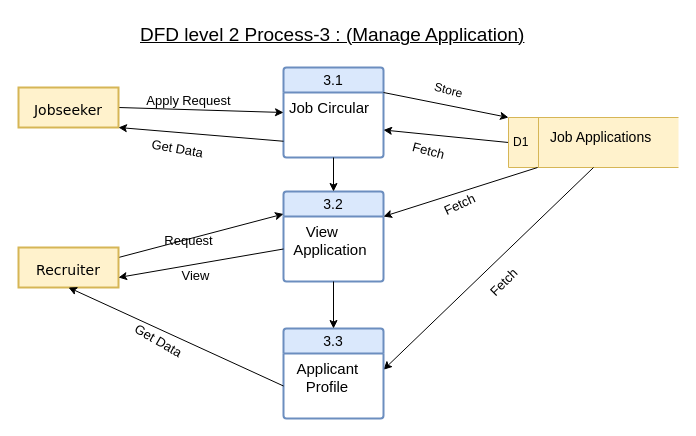
musaddak7/jobportalbd keeps this draw.io diagram as page "Page-8" (8 of 10) of public/uploads/Untitled Diagram.drawio. Above is the earlier version. Source tidied: cells renumbered, new cells numbered last; positions are measured from the earlier drawing's top-left corner, leaving out a move shared by most shapes. Both pictures are drawn from the tidied source at 100%, with x=0, y=0 at pixel (18, 17).
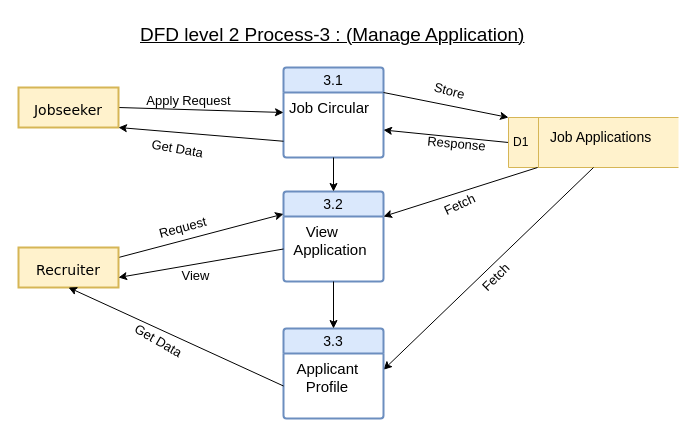
After the change.

Change to the diagram source:
```diff
@@
-    <mxCell id="22" value="Store" style="text;html=1;align=center;verticalAlign=middle;strokeColor=none;fillColor=none;rotation=15;" parent="1" vertex="1">
-      <mxGeometry x="405" y="58" width="50" height="30" as="geometry" />
+    <mxCell id="22" value="&lt;font style=&quot;font-size: 13px;&quot;&gt;Store&lt;/font&gt;" style="text;html=1;align=center;verticalAlign=middle;strokeColor=none;fillColor=none;rotation=15;" parent="1" vertex="1">
+      <mxGeometry x="406" y="59" width="49" height="28" as="geometry" />
     </mxCell>
@@
-    <mxCell id="24" value="&lt;font style=&quot;font-size: 13px;&quot;&gt;Fetch&lt;/font&gt;" style="text;html=1;align=center;verticalAlign=middle;strokeColor=none;fillColor=none;rotation=15;" parent="1" vertex="1">
-      <mxGeometry x="380" y="118" width="60" height="30" as="geometry" />
+    <mxCell id="24" value="&lt;font style=&quot;font-size: 13px;&quot;&gt;Response&lt;/font&gt;" style="text;html=1;align=center;verticalAlign=middle;strokeColor=none;fillColor=none;rotation=5;" parent="1" vertex="1">
+      <mxGeometry x="399" y="112" width="77" height="28" as="geometry" />
     </mxCell>
-    <mxCell id="25" value="&lt;font style=&quot;font-size: 13px;&quot;&gt;Request&lt;/font&gt;" style="text;html=1;align=center;verticalAlign=middle;strokeColor=none;fillColor=none;" parent="1" vertex="1">
-      <mxGeometry x="135" y="208" width="70" height="30" as="geometry" />
+    <mxCell id="25" value="&lt;font style=&quot;font-size: 13px;&quot;&gt;Request&lt;/font&gt;" style="text;html=1;align=center;verticalAlign=middle;strokeColor=none;fillColor=none;rotation=-15;" parent="1" vertex="1">
+      <mxGeometry x="129" y="195" width="70" height="30" as="geometry" />
     </mxCell>
@@
     <mxCell id="30" value="&lt;font style=&quot;font-size: 13px;&quot;&gt;Fetch&lt;/font&gt;" style="text;html=1;align=center;verticalAlign=middle;strokeColor=none;fillColor=none;rotation=-45;" parent="1" vertex="1">
-      <mxGeometry x="455" y="250" width="60" height="30" as="geometry" />
+      <mxGeometry x="447" y="245" width="60" height="30" as="geometry" />
     </mxCell>
```
